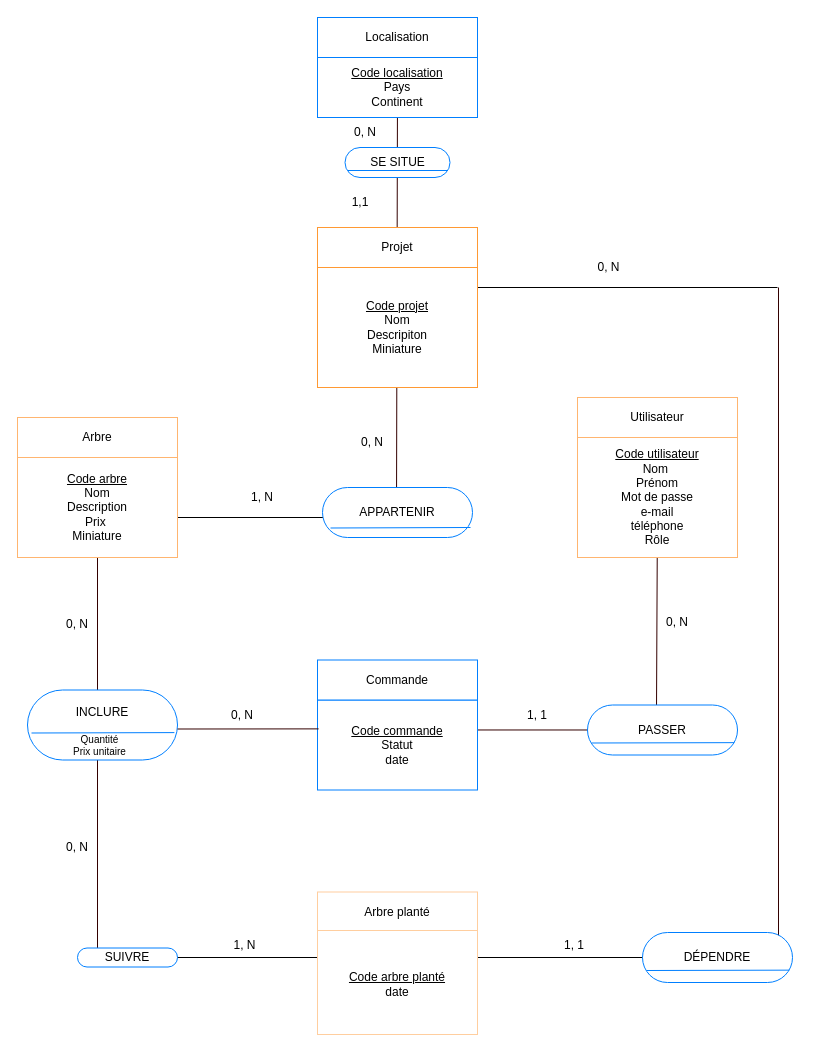
Before: conception/MCD.drawio in ChloeGarciaMillerand/GreenRoots_Freyja, a draw.io diagram. Source tidied: cells renumbered, new cells numbered last; positions are measured from the earlier drawing's top-left corner, leaving out a move shared by most shapes. Both pictures are drawn from the tidied source at 100%, with x=0, y=0 at pixel (17, 17).
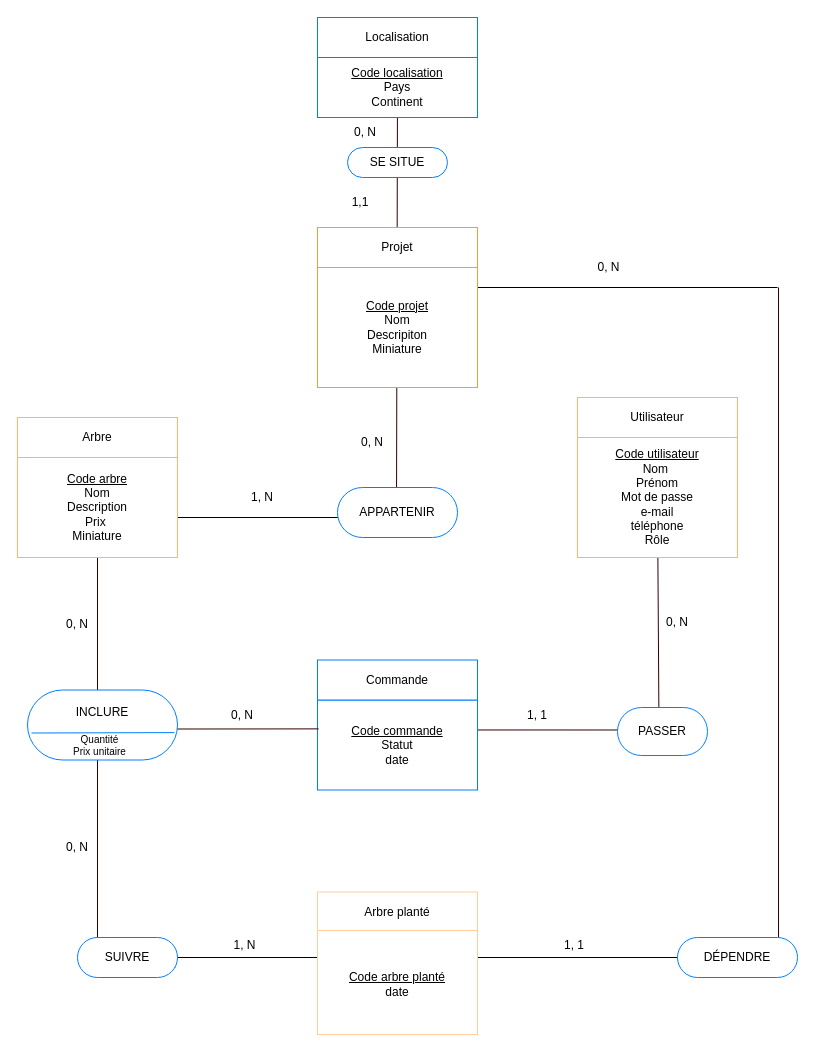
Above is the later version.

What changed in the source:
```diff
@@
     <mxCell id="16" value="PASSER" style="rounded=1;whiteSpace=wrap;html=1;arcSize=50;strokeColor=#007FFF;" parent="1" vertex="1">
-      <mxGeometry x="570" y="687.5" width="150" height="50" as="geometry" />
+      <mxGeometry x="600" y="690" width="90" height="48" as="geometry" />
     </mxCell>
-    <mxCell id="17" style="endArrow=none;html=1;strokeColor=#007FFF;entryX=0.979;entryY=0.753;entryDx=0;entryDy=0;entryPerimeter=0;" parent="1" edge="1" target="16">
-      <mxGeometry relative="1" as="geometry">
-        <mxPoint x="574" y="725.5" as="sourcePoint" />
-      </mxGeometry>
-    </mxCell>
@@
     <mxCell id="33" value="SE SITUE" style="rounded=1;whiteSpace=wrap;html=1;arcSize=50;strokeColor=#007FFF;" parent="1" vertex="1">
-      <mxGeometry x="327.5" y="130" width="105" height="30" as="geometry" />
+      <mxGeometry x="330" y="130" width="100" height="30" as="geometry" />
     </mxCell>
-    <mxCell id="34" style="endArrow=none;html=1;strokeColor=#007FFF;" parent="1" edge="1">
-      <mxGeometry relative="1" as="geometry">
-        <mxPoint x="330.5" y="153" as="sourcePoint" />
-        <mxPoint x="430.5" y="153" as="targetPoint" />
-      </mxGeometry>
-    </mxCell>
     <mxCell id="35" value="APPARTENIR" style="rounded=1;whiteSpace=wrap;html=1;arcSize=50;strokeColor=#007FFF;" parent="1" vertex="1">
-      <mxGeometry x="305" y="470" width="150" height="50" as="geometry" />
+      <mxGeometry x="320" y="470" width="120" height="50" as="geometry" />
     </mxCell>
@@
-    <mxCell id="40" style="endArrow=none;html=1;entryX=1;entryY=0.75;entryDx=0;entryDy=0;strokeColor=#007FFF;" parent="1" edge="1">
-      <mxGeometry relative="1" as="geometry">
-        <mxPoint x="313" y="510.5" as="sourcePoint" />
-        <mxPoint x="453" y="510" as="targetPoint" />
-      </mxGeometry>
-    </mxCell>
     <mxCell id="41" value="DÉPENDRE" style="rounded=1;whiteSpace=wrap;html=1;arcSize=50;strokeColor=#007FFF;" parent="1" vertex="1">
-      <mxGeometry x="625" y="915" width="150" height="50" as="geometry" />
+      <mxGeometry x="660" y="920" width="120" height="40" as="geometry" />
     </mxCell>
-    <mxCell id="42" style="endArrow=none;html=1;strokeColor=#007FFF;entryX=0.979;entryY=0.753;entryDx=0;entryDy=0;entryPerimeter=0;" parent="1" edge="1" target="41">
-      <mxGeometry relative="1" as="geometry">
-        <mxPoint x="629" y="953" as="sourcePoint" />
-      </mxGeometry>
-    </mxCell>
@@
     <mxCell id="45" value="SUIVRE" style="rounded=1;whiteSpace=wrap;html=1;arcSize=50;strokeColor=#007FFF;" parent="1" vertex="1">
-      <mxGeometry x="60" y="930.5" width="100" height="19" as="geometry" />
+      <mxGeometry x="60" y="920" width="100" height="40" as="geometry" />
     </mxCell>
```
